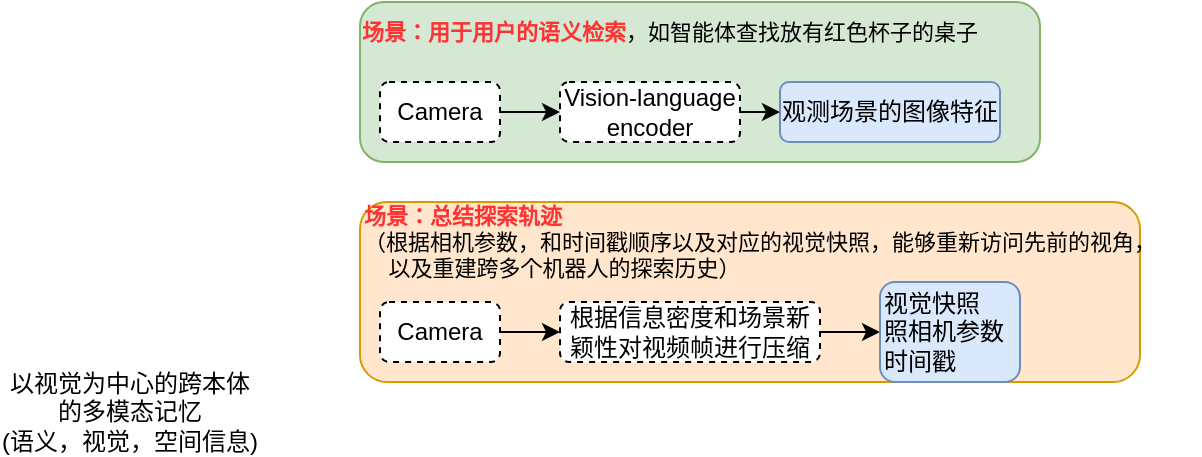
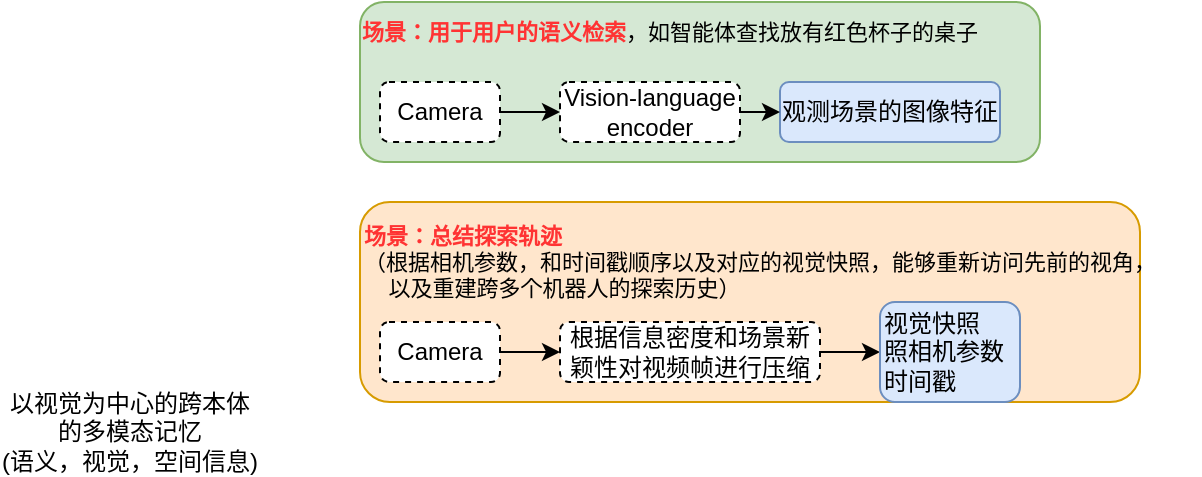
<mxfile host="app.diagrams.net">
  <diagram name="第 1 页" id="ri1UiOSOw__C7K71Jf-3">
    <mxGraphModel dx="884" dy="479" grid="1" gridSize="10" guides="1" tooltips="1" connect="1" arrows="1" fold="1" page="1" pageScale="1" pageWidth="3300" pageHeight="2339" math="0" shadow="0">
      <root>
        <mxCell id="0" />
        <mxCell id="1" parent="0" />
        <mxCell id="8uAygAgR7DF40HWwl34I-17" parent="1" style="rounded=1;whiteSpace=wrap;html=1;fillColor=#ffe6cc;strokeColor=#d79b00;" value="" vertex="1">
-           <mxGeometry height="90" width="390" x="200" y="170" as="geometry" />
+           <mxGeometry height="100" width="390" x="200" y="160" as="geometry" />
        </mxCell>
        <mxCell id="8uAygAgR7DF40HWwl34I-16" parent="1" style="rounded=1;whiteSpace=wrap;html=1;fillColor=#d5e8d4;strokeColor=#82b366;" value="" vertex="1">
-           <mxGeometry height="80" width="340" x="200" y="70" as="geometry" />
+           <mxGeometry height="80" width="340" x="200" y="60" as="geometry" />
        </mxCell>
        <mxCell id="8uAygAgR7DF40HWwl34I-1" parent="1" style="text;html=1;whiteSpace=wrap;strokeColor=none;fillColor=none;align=center;verticalAlign=middle;rounded=0;" value="以视觉为中心的跨本体的多模态记忆&lt;br&gt;(语义，视觉，空间信息)" vertex="1">
          <mxGeometry height="30" width="130" x="20" y="260" as="geometry" />
        </mxCell>
        <mxCell id="8uAygAgR7DF40HWwl34I-2" parent="1" style="rounded=1;whiteSpace=wrap;html=1;fillColor=#dae8fc;strokeColor=#6c8ebf;" value="观测场景的图像特征" vertex="1">
-           <mxGeometry height="30" width="110" x="410" y="110" as="geometry" />
+           <mxGeometry height="30" width="110" x="410" y="100" as="geometry" />
        </mxCell>
        <mxCell id="8uAygAgR7DF40HWwl34I-5" edge="1" parent="1" source="8uAygAgR7DF40HWwl34I-3" style="edgeStyle=orthogonalEdgeStyle;rounded=0;orthogonalLoop=1;jettySize=auto;html=1;exitX=1;exitY=0.5;exitDx=0;exitDy=0;entryX=0;entryY=0.5;entryDx=0;entryDy=0;" target="8uAygAgR7DF40HWwl34I-2">
          <mxGeometry relative="1" as="geometry" />
        </mxCell>
        <mxCell id="8uAygAgR7DF40HWwl34I-3" parent="1" style="rounded=1;whiteSpace=wrap;html=1;dashed=1;" value="Vision-language encoder" vertex="1">
-           <mxGeometry height="30" width="90" x="300" y="110" as="geometry" />
+           <mxGeometry height="30" width="90" x="300" y="100" as="geometry" />
        </mxCell>
        <mxCell id="8uAygAgR7DF40HWwl34I-6" edge="1" parent="1" source="8uAygAgR7DF40HWwl34I-4" style="edgeStyle=orthogonalEdgeStyle;rounded=0;orthogonalLoop=1;jettySize=auto;html=1;exitX=1;exitY=0.5;exitDx=0;exitDy=0;entryX=0;entryY=0.5;entryDx=0;entryDy=0;" target="8uAygAgR7DF40HWwl34I-3">
          <mxGeometry relative="1" as="geometry" />
        </mxCell>
        <mxCell id="8uAygAgR7DF40HWwl34I-4" parent="1" style="rounded=1;whiteSpace=wrap;html=1;dashed=1;" value="Camera" vertex="1">
-           <mxGeometry height="30" width="60" x="210" y="110" as="geometry" />
+           <mxGeometry height="30" width="60" x="210" y="100" as="geometry" />
        </mxCell>
        <mxCell id="8uAygAgR7DF40HWwl34I-7" parent="1" style="text;html=1;whiteSpace=wrap;strokeColor=none;fillColor=none;align=center;verticalAlign=middle;rounded=0;fontSize=11;" value="&lt;b&gt;&lt;font style=&quot;color: rgb(255, 51, 51);&quot;&gt;场景：用于用户的语义检索&lt;/font&gt;&lt;/b&gt;，如智能体查找放有红色杯子的桌子" vertex="1">
-           <mxGeometry height="30" width="310" x="200" y="70" as="geometry" />
+           <mxGeometry height="30" width="310" x="200" y="60" as="geometry" />
        </mxCell>
        <mxCell id="8uAygAgR7DF40HWwl34I-10" edge="1" parent="1" source="8uAygAgR7DF40HWwl34I-8" style="edgeStyle=orthogonalEdgeStyle;rounded=0;orthogonalLoop=1;jettySize=auto;html=1;" target="8uAygAgR7DF40HWwl34I-9" value="">
          <mxGeometry relative="1" as="geometry" />
        </mxCell>
        <mxCell id="8uAygAgR7DF40HWwl34I-8" parent="1" style="rounded=1;whiteSpace=wrap;html=1;dashed=1;" value="Camera" vertex="1">
          <mxGeometry height="30" width="60" x="210" y="220" as="geometry" />
        </mxCell>
        <mxCell id="8uAygAgR7DF40HWwl34I-14" edge="1" parent="1" source="8uAygAgR7DF40HWwl34I-9" style="edgeStyle=orthogonalEdgeStyle;rounded=0;orthogonalLoop=1;jettySize=auto;html=1;exitX=1;exitY=0.5;exitDx=0;exitDy=0;entryX=0;entryY=0.5;entryDx=0;entryDy=0;" target="8uAygAgR7DF40HWwl34I-13">
          <mxGeometry relative="1" as="geometry" />
        </mxCell>
        <mxCell id="8uAygAgR7DF40HWwl34I-9" parent="1" style="rounded=1;whiteSpace=wrap;html=1;dashed=1;" value="根据信息密度和场景新颖性对视频帧进行压缩" vertex="1">
          <mxGeometry height="30" width="130" x="300" y="220" as="geometry" />
        </mxCell>
        <mxCell id="8uAygAgR7DF40HWwl34I-11" parent="1" style="text;html=1;whiteSpace=wrap;strokeColor=none;fillColor=none;align=left;verticalAlign=middle;rounded=0;fontSize=11;" value="&lt;b&gt;&lt;font style=&quot;color: rgb(255, 51, 51);&quot;&gt;场景：总结探索轨迹&lt;/font&gt;&lt;/b&gt;&lt;br&gt;（根据相机参数，和时间戳顺序以及对应的视觉快照，能够重新访问先前的视角，&lt;br&gt;&amp;nbsp; &amp;nbsp; 以及重建跨多个机器人的探索历史）" vertex="1">
          <mxGeometry height="40" width="420" x="200" y="170" as="geometry" />
        </mxCell>
        <mxCell id="8uAygAgR7DF40HWwl34I-13" parent="1" style="rounded=1;whiteSpace=wrap;html=1;fillColor=#dae8fc;strokeColor=#6c8ebf;align=left;" value="视觉快照&lt;br&gt;&lt;span style=&quot;&quot;&gt;照相机参数&lt;/span&gt;&lt;div style=&quot;&quot;&gt;时间戳&lt;/div&gt;" vertex="1">
          <mxGeometry height="50" width="70" x="460" y="210" as="geometry" />
        </mxCell>
      </root>
    </mxGraphModel>
  </diagram>
</mxfile>
